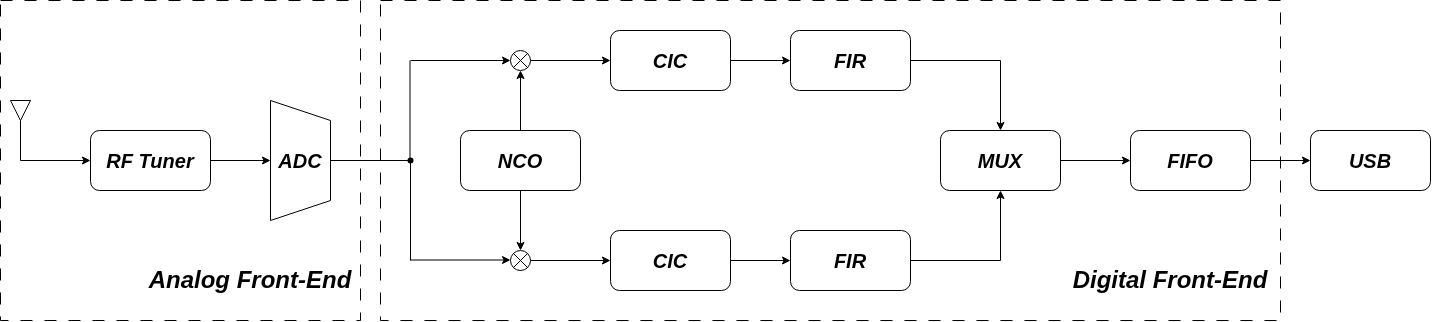
Before: Block_Schematic.png, a diagram exported from draw.io (NicholasDelBuono/SDR-DigitalFrontEnd). Source tidied: cells renumbered, new cells last; positions are measured from the earlier drawing's top-left corner, leaving out a move shared by most shapes.
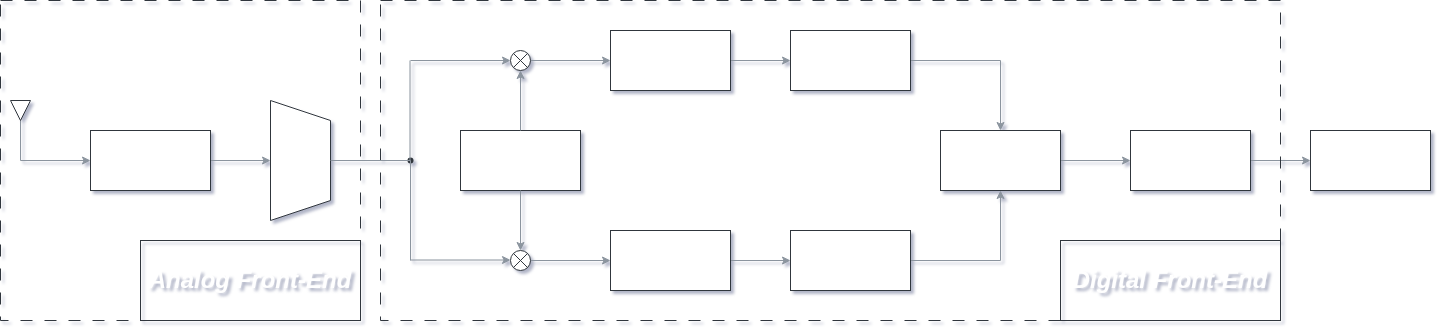
The same file after the commit.

The edit, as a diff of the source:
```diff
@@ -1,134 +1,134 @@
-<mxGraphModel>
+<mxGraphModel shadow="1">
   <root>
     <mxCell id="0" />
     <mxCell id="1" parent="0" />
-    <mxCell id="2" style="edgeStyle=orthogonalEdgeStyle;rounded=0;jettySize=auto;html=1;defaultLabelBackgroundColor=page;entryX=0;entryY=0.5;entryDx=0;entryDy=0;" parent="1" edge="1" source="3" target="5">
+    <mxCell id="2" style="edgeStyle=orthogonalEdgeStyle;rounded=0;jettySize=auto;html=1;defaultLabelBackgroundColor=page;entryX=0;entryY=0.5;entryDx=0;entryDy=0;strokeColor=#8B949E;" parent="1" edge="1" source="3" target="5">
       <mxGeometry relative="1" as="geometry">
         <Array as="points">
           <mxPoint x="20" y="160" />
         </Array>
       </mxGeometry>
     </mxCell>
-    <mxCell id="3" style="triangle;whiteSpace=wrap;html=1;shapeInside=1;rotation=90;" parent="1" vertex="1">
+    <mxCell id="3" style="triangle;whiteSpace=wrap;html=1;shapeInside=1;rotation=90;rounded=0;strokeColor=#30363D;fontColor=#FFFFFF;" parent="1" vertex="1">
       <mxGeometry x="10" y="100" width="20" height="20" as="geometry" />
     </mxCell>
-    <mxCell id="4" style="edgeStyle=orthogonalEdgeStyle;rounded=0;jettySize=auto;html=1;entryX=0;entryY=0.5;entryDx=0;entryDy=0;defaultLabelBackgroundColor=page;" parent="1" edge="1" source="5">
+    <mxCell id="4" style="edgeStyle=orthogonalEdgeStyle;rounded=0;jettySize=auto;html=1;entryX=0;entryY=0.5;entryDx=0;entryDy=0;defaultLabelBackgroundColor=page;strokeColor=#8B949E;" parent="1" edge="1" source="5">
       <mxGeometry relative="1" as="geometry">
         <mxPoint x="270" y="160" as="targetPoint" />
       </mxGeometry>
     </mxCell>
-    <mxCell id="5" value="&lt;font style=&quot;font-size: 20px;&quot;&gt;&lt;i&gt;&lt;b&gt;RF Tuner&lt;/b&gt;&lt;/i&gt;&lt;/font&gt;" style="rounded=1;whiteSpace=wrap;html=1;roundedPerimeter=1;" parent="1" vertex="1">
+    <mxCell id="5" value="&lt;font style=&quot;font-size: 20px;&quot;&gt;&lt;i&gt;&lt;b&gt;RF Tuner&lt;/b&gt;&lt;/i&gt;&lt;/font&gt;" style="rounded=0;whiteSpace=wrap;html=1;strokeColor=#30363D;fontColor=#FFFFFF;" parent="1" vertex="1">
       <mxGeometry x="90" y="130" width="120" height="60" as="geometry" />
     </mxCell>
-    <mxCell id="6" style="edgeStyle=orthogonalEdgeStyle;rounded=0;jettySize=auto;html=1;defaultLabelBackgroundColor=page;" parent="1" edge="1" source="7" target="18">
+    <mxCell id="6" style="edgeStyle=orthogonalEdgeStyle;rounded=0;jettySize=auto;html=1;defaultLabelBackgroundColor=page;strokeColor=#8B949E;" parent="1" edge="1" source="7" target="18">
       <mxGeometry relative="1" as="geometry" />
     </mxCell>
-    <mxCell id="7" value="&lt;font style=&quot;font-size: 20px;&quot;&gt;&lt;i&gt;&lt;b&gt;CIC&lt;/b&gt;&lt;/i&gt;&lt;/font&gt;" style="rounded=1;whiteSpace=wrap;html=1;roundedPerimeter=1;" parent="1" vertex="1">
+    <mxCell id="7" value="&lt;font style=&quot;font-size: 20px;&quot;&gt;&lt;i&gt;&lt;b&gt;CIC&lt;/b&gt;&lt;/i&gt;&lt;/font&gt;" style="rounded=0;whiteSpace=wrap;html=1;strokeColor=#30363D;fontColor=#FFFFFF;" parent="1" vertex="1">
       <mxGeometry x="610" y="30" width="120" height="60" as="geometry" />
     </mxCell>
-    <mxCell id="8" style="endArrow=none;html=1;rounded=0;defaultLabelBackgroundColor=page;exitDx=0;exitDy=0;" parent="1" edge="1">
+    <mxCell id="8" style="endArrow=none;html=1;rounded=0;defaultLabelBackgroundColor=page;exitDx=0;exitDy=0;strokeColor=#8B949E;" parent="1" edge="1">
       <mxGeometry relative="1" as="geometry">
         <mxPoint x="410" y="160" as="sourcePoint" />
         <mxPoint x="410" y="160" as="targetPoint" />
       </mxGeometry>
     </mxCell>
-    <mxCell id="9" style="edgeStyle=orthogonalEdgeStyle;rounded=0;jettySize=auto;html=1;defaultLabelBackgroundColor=page;" parent="1" edge="1" source="10" target="7">
+    <mxCell id="9" style="edgeStyle=orthogonalEdgeStyle;rounded=0;jettySize=auto;html=1;defaultLabelBackgroundColor=page;strokeColor=#8B949E;" parent="1" edge="1" source="10" target="7">
       <mxGeometry relative="1" as="geometry" />
     </mxCell>
-    <mxCell id="10" style="verticalLabelPosition=bottom;verticalAlign=top;html=1;shape=mxgraph.flowchart.summing_junction;labelPerimeter=1;" parent="1" vertex="1">
+    <mxCell id="10" style="verticalLabelPosition=bottom;verticalAlign=top;html=1;shape=mxgraph.flowchart.summing_junction;labelPerimeter=1;rounded=0;strokeColor=#30363D;fontColor=#FFFFFF;" parent="1" vertex="1">
       <mxGeometry x="510" y="50" width="20" height="20" as="geometry" />
     </mxCell>
-    <mxCell id="11" style="edgeStyle=orthogonalEdgeStyle;rounded=0;jettySize=auto;html=1;defaultLabelBackgroundColor=page;" parent="1" edge="1" source="12" target="14">
+    <mxCell id="11" style="edgeStyle=orthogonalEdgeStyle;rounded=0;jettySize=auto;html=1;defaultLabelBackgroundColor=page;strokeColor=#8B949E;" parent="1" edge="1" source="12" target="14">
       <mxGeometry relative="1" as="geometry" />
     </mxCell>
-    <mxCell id="12" style="verticalLabelPosition=bottom;verticalAlign=top;html=1;shape=mxgraph.flowchart.summing_junction;labelPerimeter=1;" parent="1" vertex="1">
+    <mxCell id="12" style="verticalLabelPosition=bottom;verticalAlign=top;html=1;shape=mxgraph.flowchart.summing_junction;labelPerimeter=1;rounded=0;strokeColor=#30363D;fontColor=#FFFFFF;" parent="1" vertex="1">
       <mxGeometry x="510" y="250" width="20" height="20" as="geometry" />
     </mxCell>
-    <mxCell id="13" style="edgeStyle=orthogonalEdgeStyle;rounded=0;jettySize=auto;html=1;defaultLabelBackgroundColor=page;" parent="1" edge="1" source="14" target="16">
+    <mxCell id="13" style="edgeStyle=orthogonalEdgeStyle;rounded=0;jettySize=auto;html=1;defaultLabelBackgroundColor=page;strokeColor=#8B949E;" parent="1" edge="1" source="14" target="16">
       <mxGeometry relative="1" as="geometry" />
     </mxCell>
-    <mxCell id="14" value="&lt;font style=&quot;font-size: 20px;&quot;&gt;&lt;i&gt;&lt;b&gt;CIC&lt;/b&gt;&lt;/i&gt;&lt;/font&gt;" style="rounded=1;whiteSpace=wrap;html=1;roundedPerimeter=1;" parent="1" vertex="1">
+    <mxCell id="14" value="&lt;font style=&quot;font-size: 20px;&quot;&gt;&lt;i&gt;&lt;b&gt;CIC&lt;/b&gt;&lt;/i&gt;&lt;/font&gt;" style="rounded=0;whiteSpace=wrap;html=1;strokeColor=#30363D;fontColor=#FFFFFF;" parent="1" vertex="1">
       <mxGeometry x="610" y="230" width="120" height="60" as="geometry" />
     </mxCell>
-    <mxCell id="15" style="edgeStyle=orthogonalEdgeStyle;rounded=0;jettySize=auto;html=1;entryX=0.25;entryY=1;entryDx=0;entryDy=0;defaultLabelBackgroundColor=page;exitX=1;exitY=0.5;exitDx=0;exitDy=0;" parent="1" edge="1" source="16">
+    <mxCell id="15" style="edgeStyle=orthogonalEdgeStyle;rounded=0;jettySize=auto;html=1;entryX=0.25;entryY=1;entryDx=0;entryDy=0;defaultLabelBackgroundColor=page;exitX=1;exitY=0.5;exitDx=0;exitDy=0;strokeColor=#8B949E;" parent="1" edge="1" source="16">
       <mxGeometry x="0.17" relative="1" as="geometry">
         <mxPoint x="1000" y="190" as="targetPoint" />
       </mxGeometry>
     </mxCell>
-    <mxCell id="16" value="&lt;font style=&quot;font-size: 20px;&quot;&gt;&lt;i&gt;&lt;b&gt;FIR&lt;/b&gt;&lt;/i&gt;&lt;/font&gt;" style="rounded=1;whiteSpace=wrap;html=1;roundedPerimeter=1;" parent="1" vertex="1">
+    <mxCell id="16" value="&lt;font style=&quot;font-size: 20px;&quot;&gt;&lt;i&gt;&lt;b&gt;FIR&lt;/b&gt;&lt;/i&gt;&lt;/font&gt;" style="rounded=0;whiteSpace=wrap;html=1;strokeColor=#30363D;fontColor=#FFFFFF;" parent="1" vertex="1">
       <mxGeometry x="790" y="230" width="120" height="60" as="geometry" />
     </mxCell>
-    <mxCell id="17" style="edgeStyle=orthogonalEdgeStyle;rounded=0;jettySize=auto;html=1;entryX=0.5;entryY=0;entryDx=0;entryDy=0;defaultLabelBackgroundColor=page;" parent="1" edge="1" source="18" target="24">
+    <mxCell id="17" style="edgeStyle=orthogonalEdgeStyle;rounded=0;jettySize=auto;html=1;entryX=0.5;entryY=0;entryDx=0;entryDy=0;defaultLabelBackgroundColor=page;strokeColor=#8B949E;" parent="1" edge="1" source="18" target="24">
       <mxGeometry relative="1" as="geometry" />
     </mxCell>
-    <mxCell id="18" value="&lt;font style=&quot;font-size: 20px;&quot;&gt;&lt;i&gt;&lt;b&gt;FIR&lt;/b&gt;&lt;/i&gt;&lt;/font&gt;" style="rounded=1;whiteSpace=wrap;html=1;roundedPerimeter=1;" parent="1" vertex="1">
+    <mxCell id="18" value="&lt;font style=&quot;font-size: 20px;&quot;&gt;&lt;i&gt;&lt;b&gt;FIR&lt;/b&gt;&lt;/i&gt;&lt;/font&gt;" style="rounded=0;whiteSpace=wrap;html=1;strokeColor=#30363D;fontColor=#FFFFFF;" parent="1" vertex="1">
       <mxGeometry x="790" y="30" width="120" height="60" as="geometry" />
     </mxCell>
-    <mxCell id="19" style="edgeStyle=orthogonalEdgeStyle;rounded=0;jettySize=auto;html=1;defaultLabelBackgroundColor=page;exitX=1;exitY=0.5;exitDx=0;exitDy=0;" parent="1" edge="1" source="24" target="21">
+    <mxCell id="19" style="edgeStyle=orthogonalEdgeStyle;rounded=0;jettySize=auto;html=1;defaultLabelBackgroundColor=page;exitX=1;exitY=0.5;exitDx=0;exitDy=0;strokeColor=#8B949E;" parent="1" edge="1" source="24" target="21">
       <mxGeometry relative="1" as="geometry" />
     </mxCell>
-    <mxCell id="20" style="edgeStyle=orthogonalEdgeStyle;rounded=0;jettySize=auto;html=1;defaultLabelBackgroundColor=page;" parent="1" edge="1" source="21" target="22">
+    <mxCell id="20" style="edgeStyle=orthogonalEdgeStyle;rounded=0;jettySize=auto;html=1;defaultLabelBackgroundColor=page;strokeColor=#8B949E;" parent="1" edge="1" source="21" target="22">
       <mxGeometry relative="1" as="geometry" />
     </mxCell>
-    <mxCell id="21" value="&lt;font style=&quot;font-size: 20px;&quot;&gt;&lt;i&gt;&lt;b&gt;FIFO&lt;/b&gt;&lt;/i&gt;&lt;/font&gt;" style="rounded=1;whiteSpace=wrap;html=1;roundedPerimeter=1;" parent="1" vertex="1">
+    <mxCell id="21" value="&lt;font style=&quot;font-size: 20px;&quot;&gt;&lt;i&gt;&lt;b&gt;FIFO&lt;/b&gt;&lt;/i&gt;&lt;/font&gt;" style="rounded=0;whiteSpace=wrap;html=1;strokeColor=#30363D;fontColor=#FFFFFF;" parent="1" vertex="1">
       <mxGeometry x="1130" y="130" width="120" height="60" as="geometry" />
     </mxCell>
-    <mxCell id="22" value="&lt;font style=&quot;font-size: 20px;&quot;&gt;&lt;i&gt;&lt;b&gt;USB&lt;/b&gt;&lt;/i&gt;&lt;/font&gt;" style="rounded=1;whiteSpace=wrap;html=1;roundedPerimeter=1;" parent="1" vertex="1">
+    <mxCell id="22" value="&lt;font style=&quot;font-size: 20px;&quot;&gt;&lt;i&gt;&lt;b&gt;USB&lt;/b&gt;&lt;/i&gt;&lt;/font&gt;" style="rounded=0;whiteSpace=wrap;html=1;strokeColor=#30363D;fontColor=#FFFFFF;" parent="1" vertex="1">
       <mxGeometry x="1310" y="130" width="120" height="60" as="geometry" />
     </mxCell>
-    <mxCell id="23" value="&lt;font style=&quot;font-size: 20px;&quot;&gt;&lt;i&gt;&lt;b&gt;NCO&lt;/b&gt;&lt;/i&gt;&lt;/font&gt;" style="rounded=1;whiteSpace=wrap;html=1;roundedPerimeter=1;" parent="1" vertex="1">
+    <mxCell id="23" value="&lt;font style=&quot;font-size: 20px;&quot;&gt;&lt;i&gt;&lt;b&gt;NCO&lt;/b&gt;&lt;/i&gt;&lt;/font&gt;" style="rounded=0;whiteSpace=wrap;html=1;strokeColor=#30363D;fontColor=#FFFFFF;" parent="1" vertex="1">
       <mxGeometry x="460" y="130" width="120" height="60" as="geometry" />
     </mxCell>
-    <mxCell id="24" value="&lt;font style=&quot;font-size: 20px;&quot;&gt;&lt;i&gt;&lt;b&gt;MUX&lt;/b&gt;&lt;/i&gt;&lt;/font&gt;" style="rounded=1;whiteSpace=wrap;html=1;roundedPerimeter=1;" parent="1" vertex="1">
+    <mxCell id="24" value="&lt;font style=&quot;font-size: 20px;&quot;&gt;&lt;i&gt;&lt;b&gt;MUX&lt;/b&gt;&lt;/i&gt;&lt;/font&gt;" style="rounded=0;whiteSpace=wrap;html=1;strokeColor=#30363D;fontColor=#FFFFFF;" parent="1" vertex="1">
       <mxGeometry x="940" y="130" width="120" height="60" as="geometry" />
     </mxCell>
-    <mxCell id="25" value="&lt;font style=&quot;font-size: 20px;&quot;&gt;&lt;i&gt;&lt;b&gt;ADC&lt;/b&gt;&lt;/i&gt;&lt;/font&gt;" style="shape=trapezoid;perimeter=trapezoidPerimeter;whiteSpace=wrap;html=1;shapeInside=1;fixedSize=1;direction=south;" parent="1" vertex="1">
+    <mxCell id="25" value="&lt;font style=&quot;font-size: 20px;&quot;&gt;&lt;i&gt;&lt;b&gt;ADC&lt;/b&gt;&lt;/i&gt;&lt;/font&gt;" style="shape=trapezoid;perimeter=trapezoidPerimeter;whiteSpace=wrap;html=1;shapeInside=1;fixedSize=1;direction=south;rounded=0;strokeColor=#30363D;fontColor=#FFFFFF;" parent="1" vertex="1">
       <mxGeometry x="270" y="100" width="60" height="120" as="geometry" />
     </mxCell>
-    <mxCell id="26" style="rounded=0;whiteSpace=wrap;html=1;dashed=1;dashPattern=12 12;fillColor=none;" parent="1" vertex="1">
+    <mxCell id="26" style="rounded=0;whiteSpace=wrap;html=1;dashed=1;dashPattern=12 12;fillColor=none;strokeColor=#30363D;fontColor=#FFFFFF;" parent="1" vertex="1">
       <mxGeometry width="360" height="320" as="geometry" />
     </mxCell>
-    <mxCell id="27" style="rounded=0;whiteSpace=wrap;html=1;dashed=1;dashPattern=12 12;fillColor=none;" parent="1" vertex="1">
+    <mxCell id="27" style="rounded=0;whiteSpace=wrap;html=1;dashed=1;dashPattern=12 12;fillColor=none;strokeColor=#30363D;fontColor=#FFFFFF;" parent="1" vertex="1">
       <mxGeometry x="380" width="900" height="320" as="geometry" />
     </mxCell>
-    <mxCell id="28" style="endArrow=classic;html=1;rounded=0;defaultLabelBackgroundColor=page;entryX=0;entryY=0.5;entryDx=0;entryDy=0;entryPerimeter=0;" parent="1" edge="1" target="10">
+    <mxCell id="28" style="endArrow=classic;html=1;rounded=0;defaultLabelBackgroundColor=page;entryX=0;entryY=0.5;entryDx=0;entryDy=0;entryPerimeter=0;strokeColor=#8B949E;" parent="1" edge="1" target="10">
       <mxGeometry relative="1" as="geometry">
         <mxPoint x="410" y="60" as="sourcePoint" />
       </mxGeometry>
     </mxCell>
-    <mxCell id="29" style="endArrow=classic;html=1;rounded=0;defaultLabelBackgroundColor=page;entryX=0;entryY=0.5;entryDx=0;entryDy=0;entryPerimeter=0;" parent="1" edge="1">
+    <mxCell id="29" style="endArrow=classic;html=1;rounded=0;defaultLabelBackgroundColor=page;entryX=0;entryY=0.5;entryDx=0;entryDy=0;entryPerimeter=0;strokeColor=#8B949E;" parent="1" edge="1">
       <mxGeometry relative="1" as="geometry">
         <mxPoint x="410" y="259.5" as="sourcePoint" />
         <mxPoint x="510" y="259.5" as="targetPoint" />
       </mxGeometry>
     </mxCell>
-    <mxCell id="30" style="edgeStyle=orthogonalEdgeStyle;rounded=0;jettySize=auto;html=1;entryX=0.5;entryY=0;entryDx=0;entryDy=0;entryPerimeter=0;defaultLabelBackgroundColor=page;" parent="1" edge="1" source="23" target="12">
+    <mxCell id="30" style="edgeStyle=orthogonalEdgeStyle;rounded=0;jettySize=auto;html=1;entryX=0.5;entryY=0;entryDx=0;entryDy=0;entryPerimeter=0;defaultLabelBackgroundColor=page;strokeColor=#8B949E;" parent="1" edge="1" source="23" target="12">
       <mxGeometry relative="1" as="geometry" />
     </mxCell>
-    <mxCell id="31" style="edgeStyle=orthogonalEdgeStyle;rounded=0;jettySize=auto;html=1;entryX=0.5;entryY=1;entryDx=0;entryDy=0;entryPerimeter=0;defaultLabelBackgroundColor=page;" parent="1" edge="1" source="23" target="10">
+    <mxCell id="31" style="edgeStyle=orthogonalEdgeStyle;rounded=0;jettySize=auto;html=1;entryX=0.5;entryY=1;entryDx=0;entryDy=0;entryPerimeter=0;defaultLabelBackgroundColor=page;strokeColor=#8B949E;" parent="1" edge="1" source="23" target="10">
       <mxGeometry relative="1" as="geometry" />
     </mxCell>
-    <mxCell id="32" style="shape=waypoint;sketch=0;size=6;points=[];fillColor=none;perimeter=centerPerimeter;snapToPoint=1;" parent="1" vertex="1">
+    <mxCell id="32" style="shape=waypoint;size=6;points=[];fillColor=none;perimeter=centerPerimeter;snapToPoint=1;rounded=0;strokeColor=#30363D;fontColor=#FFFFFF;" parent="1" vertex="1">
       <mxGeometry x="400" y="150" width="20" height="20" as="geometry" />
     </mxCell>
-    <mxCell id="33" style="endArrow=none;html=1;rounded=0;defaultLabelBackgroundColor=page;" parent="1" edge="1" target="32">
+    <mxCell id="33" style="endArrow=none;html=1;rounded=0;defaultLabelBackgroundColor=page;strokeColor=#8B949E;" parent="1" edge="1" target="32">
       <mxGeometry relative="1" as="geometry">
         <mxPoint x="410" y="260" as="sourcePoint" />
       </mxGeometry>
     </mxCell>
-    <mxCell id="34" style="endArrow=none;html=1;rounded=0;defaultLabelBackgroundColor=page;" parent="1" edge="1">
+    <mxCell id="34" style="endArrow=none;html=1;rounded=0;defaultLabelBackgroundColor=page;strokeColor=#8B949E;" parent="1" edge="1">
       <mxGeometry relative="1" as="geometry">
         <mxPoint x="409.5" y="160" as="sourcePoint" />
         <mxPoint x="409.5" y="60" as="targetPoint" />
       </mxGeometry>
     </mxCell>
-    <mxCell id="35" style="endArrow=none;html=1;rounded=0;defaultLabelBackgroundColor=page;entryX=0.5;entryY=0;entryDx=0;entryDy=0;exitX=0.053;exitY=0.63;exitDx=0;exitDy=0;exitPerimeter=0;" parent="1" edge="1" source="32" target="25">
+    <mxCell id="35" style="endArrow=none;html=1;rounded=0;defaultLabelBackgroundColor=page;entryX=0.5;entryY=0;entryDx=0;entryDy=0;exitX=0.053;exitY=0.63;exitDx=0;exitDy=0;exitPerimeter=0;strokeColor=#8B949E;" parent="1" edge="1" source="32" target="25">
       <mxGeometry relative="1" as="geometry" />
     </mxCell>
-    <mxCell id="36" value="&lt;font style=&quot;font-size: 24px;&quot;&gt;&lt;i style=&quot;&quot;&gt;&lt;b&gt;Digital Front-End&lt;/b&gt;&lt;/i&gt;&lt;/font&gt;" style="text;html=1;whiteSpace=wrap;strokeColor=none;fillColor=none;align=center;verticalAlign=middle;rounded=0;" parent="1" vertex="1">
+    <mxCell id="36" value="&lt;font style=&quot;font-size: 24px;&quot;&gt;&lt;i style=&quot;&quot;&gt;&lt;b&gt;Digital Front-End&lt;/b&gt;&lt;/i&gt;&lt;/font&gt;" style="text;html=1;whiteSpace=wrap;strokeColor=#30363D;fillColor=none;align=center;verticalAlign=middle;rounded=0;fontColor=#FFFFFF;" parent="1" vertex="1">
       <mxGeometry x="1060" y="240" width="220" height="80" as="geometry" />
     </mxCell>
-    <mxCell id="37" value="&lt;font style=&quot;font-size: 24px;&quot;&gt;&lt;i style=&quot;&quot;&gt;&lt;b&gt;Analog Front-End&lt;/b&gt;&lt;/i&gt;&lt;/font&gt;" style="text;html=1;whiteSpace=wrap;strokeColor=none;fillColor=none;align=center;verticalAlign=middle;rounded=0;" parent="1" vertex="1">
+    <mxCell id="37" value="&lt;font style=&quot;font-size: 24px;&quot;&gt;&lt;i style=&quot;&quot;&gt;&lt;b&gt;Analog Front-End&lt;/b&gt;&lt;/i&gt;&lt;/font&gt;" style="text;html=1;whiteSpace=wrap;strokeColor=#30363D;fillColor=none;align=center;verticalAlign=middle;rounded=0;fontColor=#FFFFFF;" parent="1" vertex="1">
       <mxGeometry x="140" y="240" width="220" height="80" as="geometry" />
     </mxCell>
   </root>
```
